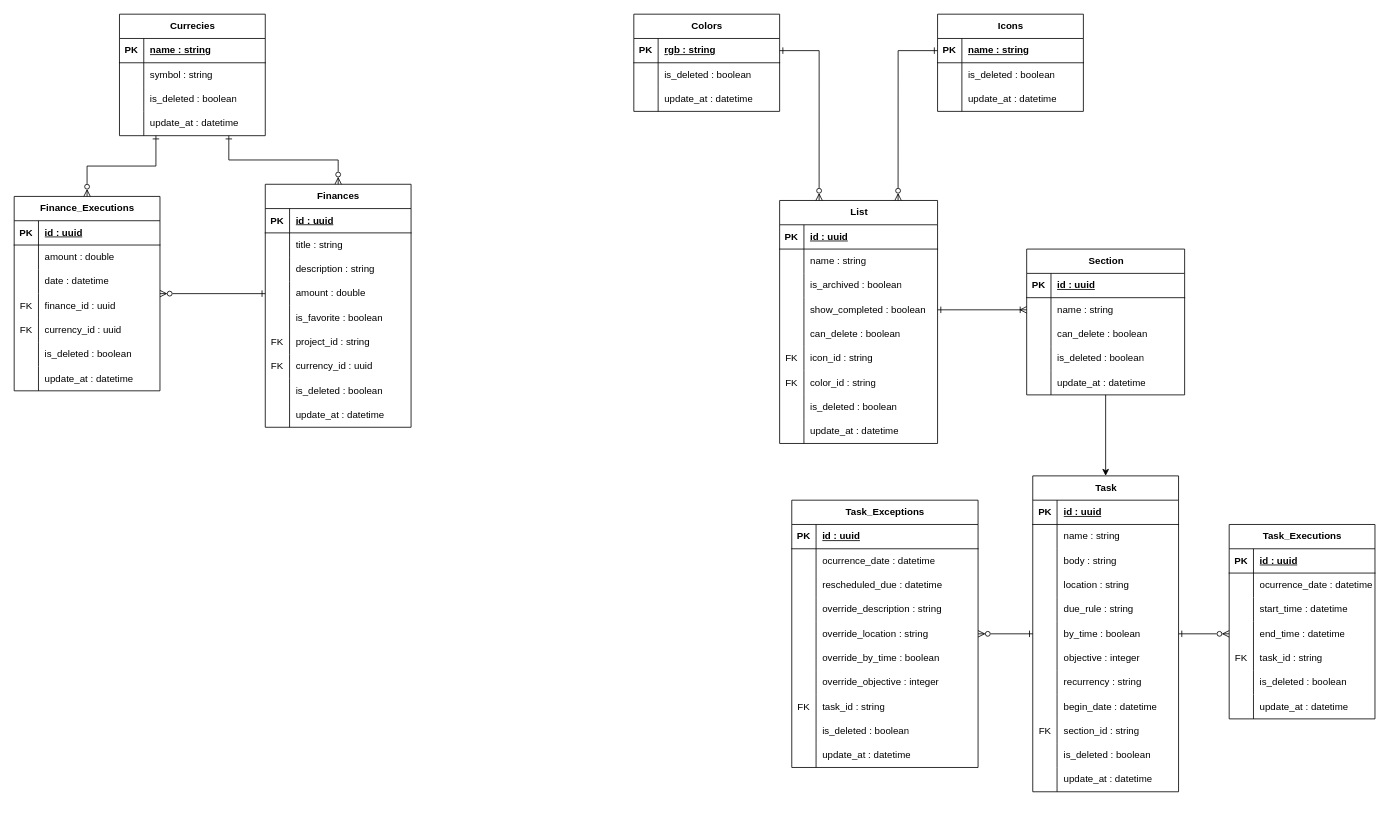
This is documentation/Relational_Model.drawio from PulidoLuciano/personal-space, a draw.io file, before an edit. Source tidied: cells renumbered, new cells numbered last; positions are measured from the earlier drawing's top-left corner, leaving out a move shared by most shapes. Both pictures are drawn from the tidied source at 81%, with x=0, y=0 at pixel (14, 14).
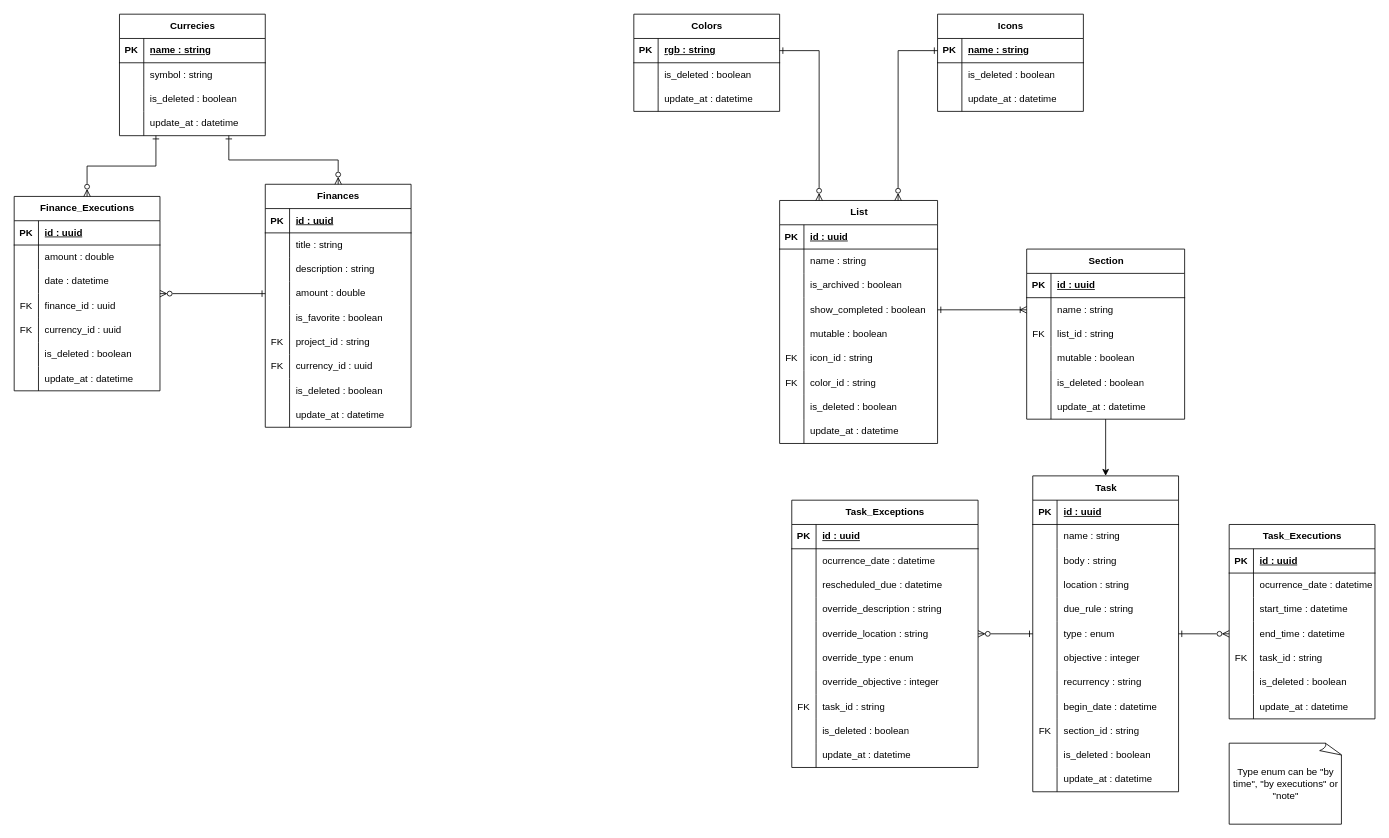
The same diagram, later.

Commit message:
Update relational model to support tasks' types

Unchanged cells that the change refers to:
```xml
<mxCell id="15" style="shape=tableRow;horizontal=0;startSize=0;swimlaneHead=0;swimlaneBody=0;fillColor=none;top=0;left=0;right=0;bottom=0;" parent="2" vertex="1">
  <mxGeometry y="150" width="195" height="30" as="geometry" />
</mxCell>
<mxCell id="134" style="shape=tableRow;horizontal=0;startSize=0;swimlaneHead=0;swimlaneBody=0;fillColor=none;points=[[0,0.5],[1,0.5]];portConstraint=eastwest;top=0;left=0;right=0;bottom=0;" parent="118" vertex="1">
  <mxGeometry y="180" width="180" height="30" as="geometry" />
</mxCell>
<mxCell id="194" style="shape=tableRow;horizontal=0;startSize=0;swimlaneHead=0;swimlaneBody=0;fillColor=none;top=0;left=0;right=0;bottom=0;" parent="178" vertex="1">
  <mxGeometry y="180" width="230" height="30" as="geometry" />
</mxCell>
```

Change to the diagram source:
```diff
@@
-    <mxCell id="17" value="can_delete : boolean" style="shape=partialRectangle;fillColor=none;top=0;left=0;bottom=0;right=0;align=left;spacingLeft=6;overflow=hidden;whiteSpace=wrap;html=1;" parent="15" vertex="1">
+    <mxCell id="17" value="mutable : boolean" style="shape=partialRectangle;fillColor=none;top=0;left=0;bottom=0;right=0;align=left;spacingLeft=6;overflow=hidden;whiteSpace=wrap;html=1;" parent="15" vertex="1">
       <mxGeometry x="30" width="165" height="30" as="geometry" />
     </mxCell>
@@
-    <mxCell id="136" value="by_time : boolean" style="shape=partialRectangle;fillColor=none;top=0;left=0;bottom=0;right=0;align=left;spacingLeft=6;overflow=hidden;whiteSpace=wrap;html=1;" parent="134" vertex="1">
+    <mxCell id="136" value="type : enum" style="shape=partialRectangle;fillColor=none;top=0;left=0;bottom=0;right=0;align=left;spacingLeft=6;overflow=hidden;whiteSpace=wrap;html=1;" parent="134" vertex="1">
       <mxGeometry x="30" width="150" height="30" as="geometry" />
     </mxCell>
@@
-    <mxCell id="196" value="override_by_time : boolean" style="shape=partialRectangle;fillColor=none;top=0;left=0;bottom=0;right=0;align=left;spacingLeft=6;overflow=hidden;whiteSpace=wrap;html=1;" parent="194" vertex="1">
+    <mxCell id="196" value="override_type : enum" style="shape=partialRectangle;fillColor=none;top=0;left=0;bottom=0;right=0;align=left;spacingLeft=6;overflow=hidden;whiteSpace=wrap;html=1;" parent="194" vertex="1">
       <mxGeometry x="30" width="200" height="30" as="geometry" />
     </mxCell>
@@
     <mxCell id="211" value="Section" style="shape=table;startSize=30;childLayout=tableLayout;rowLines=0;fontStyle=1;align=center;html=1;" parent="1" vertex="1">
-      <mxGeometry x="1250" y="290" width="195" height="180" as="geometry" />
+      <mxGeometry x="1250" y="290" width="195" height="210" as="geometry" />
     </mxCell>
@@
+    <mxCell id="228" style="shape=tableRow;horizontal=0;startSize=0;swimlaneHead=0;swimlaneBody=0;fillColor=none;top=0;left=0;right=0;bottom=0;" parent="211" vertex="1">
+      <mxGeometry y="90" width="195" height="30" as="geometry" />
+    </mxCell>
+    <mxCell id="229" value="FK" style="shape=partialRectangle;fillColor=none;top=0;left=0;bottom=0;right=0;overflow=hidden;whiteSpace=wrap;html=1;" parent="228" vertex="1">
+      <mxGeometry width="30" height="30" as="geometry" />
+    </mxCell>
+    <mxCell id="230" value="list_id : string" style="shape=partialRectangle;fillColor=none;top=0;left=0;bottom=0;right=0;align=left;spacingLeft=6;overflow=hidden;whiteSpace=wrap;html=1;" parent="228" vertex="1">
+      <mxGeometry x="30" width="165" height="30" as="geometry" />
+    </mxCell>
     <mxCell id="218" style="shape=tableRow;horizontal=0;startSize=0;swimlaneHead=0;swimlaneBody=0;fillColor=none;top=0;left=0;right=0;bottom=0;" parent="211" vertex="1">
-      <mxGeometry y="90" width="195" height="30" as="geometry" />
+      <mxGeometry y="120" width="195" height="30" as="geometry" />
     </mxCell>
@@
-    <mxCell id="220" value="can_delete : boolean" style="shape=partialRectangle;fillColor=none;top=0;left=0;bottom=0;right=0;align=left;spacingLeft=6;overflow=hidden;whiteSpace=wrap;html=1;" parent="218" vertex="1">
+    <mxCell id="220" value="mutable : boolean" style="shape=partialRectangle;fillColor=none;top=0;left=0;bottom=0;right=0;align=left;spacingLeft=6;overflow=hidden;whiteSpace=wrap;html=1;" parent="218" vertex="1">
       <mxGeometry x="30" width="165" height="30" as="geometry" />
     </mxCell>
     <mxCell id="221" style="shape=tableRow;horizontal=0;startSize=0;swimlaneHead=0;swimlaneBody=0;fillColor=none;top=0;left=0;right=0;bottom=0;" parent="211" vertex="1">
-      <mxGeometry y="120" width="195" height="30" as="geometry" />
+      <mxGeometry y="150" width="195" height="30" as="geometry" />
     </mxCell>
@@
     <mxCell id="224" style="shape=tableRow;horizontal=0;startSize=0;swimlaneHead=0;swimlaneBody=0;fillColor=none;top=0;left=0;right=0;bottom=0;" parent="211" vertex="1">
-      <mxGeometry y="150" width="195" height="30" as="geometry" />
+      <mxGeometry y="180" width="195" height="30" as="geometry" />
     </mxCell>
@@
+    <mxCell id="231" value="Type enum can be &quot;by time&quot;, &quot;by executions&quot; or &quot;note&quot;" style="whiteSpace=wrap;html=1;shape=mxgraph.basic.document;" parent="1" vertex="1">
+      <mxGeometry x="1500" y="900" width="140" height="100" as="geometry" />
+    </mxCell>
```
